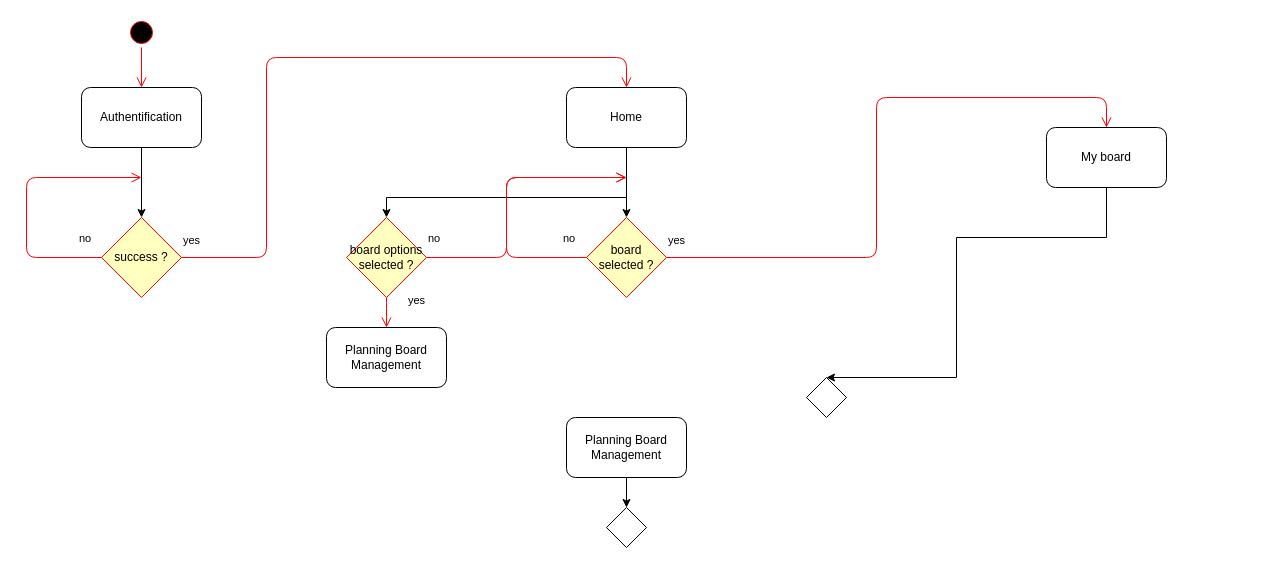
The draw.io diagram Diagrams/Flow Diagram.drawio in RedaPengam/Boardy, before the edit. Source tidied: cells renumbered, new cells numbered last; positions are measured from the earlier drawing's top-left corner, leaving out a move shared by most shapes. Both pictures are drawn from the tidied source at 100%, with x=0, y=0 at pixel (26, 17).
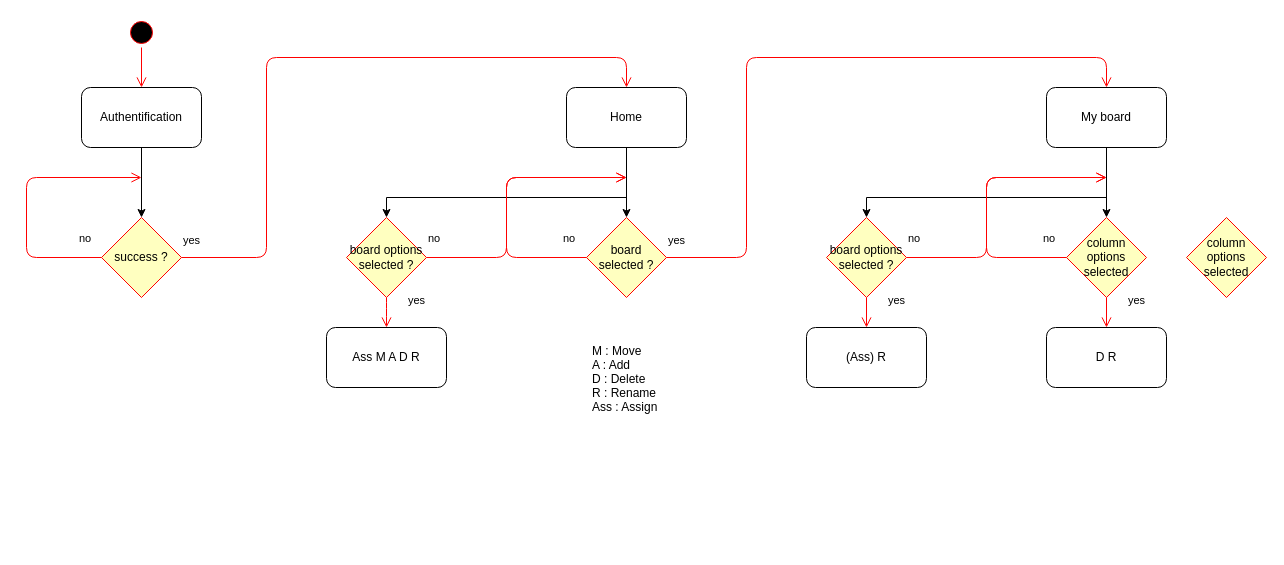
The same diagram, later.

Unchanged cells that the change refers to:
```xml
<mxCell id="18" value="board selected ?" style="rhombus;whiteSpace=wrap;html=1;fillColor=#ffffc0;strokeColor=#ff0000;" parent="1" vertex="1">
  <mxGeometry x="560" y="200" width="80" height="80" as="geometry" />
</mxCell>
```

Change to the diagram source:
```diff
@@
-    <mxCell id="9" style="rhombus;whiteSpace=wrap;html=1;" parent="1" vertex="1">
-      <mxGeometry x="580" y="490" width="40" height="40" as="geometry" />
-    </mxCell>
-    <mxCell id="10" style="edgeStyle=orthogonalEdgeStyle;rounded=0;jettySize=auto;html=1;exitX=0.5;exitY=1;exitDx=0;exitDy=0;entryX=0.5;entryY=0;entryDx=0;entryDy=0;" parent="1" edge="1" source="14" target="9">
-      <mxGeometry relative="1" as="geometry" />
-    </mxCell>
-    <mxCell id="11" style="rhombus;whiteSpace=wrap;html=1;" parent="1" vertex="1">
-      <mxGeometry x="780" y="360" width="40" height="40" as="geometry" />
-    </mxCell>
@@
-    <mxCell id="14" value="Planning Board Management" style="rounded=1;whiteSpace=wrap;html=1;" parent="1" vertex="1">
-      <mxGeometry x="540" y="400" width="120" height="60" as="geometry" />
-    </mxCell>
-    <mxCell id="15" style="edgeStyle=orthogonalEdgeStyle;rounded=0;jettySize=auto;html=1;exitX=0.5;exitY=1;exitDx=0;exitDy=0;entryX=0.5;entryY=0;entryDx=0;entryDy=0;" parent="1" edge="1" source="16" target="11">
-      <mxGeometry relative="1" as="geometry">
-        <Array as="points">
-          <mxPoint x="1080" y="220" />
-          <mxPoint x="930" y="220" />
-          <mxPoint x="930" y="360" />
-        </Array>
-      </mxGeometry>
-    </mxCell>
+    <mxCell id="25" style="edgeStyle=orthogonalEdgeStyle;rounded=0;jettySize=auto;html=1;exitX=0.5;exitY=1;exitDx=0;exitDy=0;entryX=0.5;entryY=0;entryDx=0;entryDy=0;" parent="1" edge="1" source="16" target="27">
+      <mxGeometry relative="1" as="geometry" />
+    </mxCell>
+    <mxCell id="26" style="edgeStyle=orthogonalEdgeStyle;rounded=0;jettySize=auto;html=1;exitX=0.5;exitY=1;exitDx=0;exitDy=0;entryX=0.5;entryY=0;entryDx=0;entryDy=0;" parent="1" edge="1" source="16" target="28">
+      <mxGeometry relative="1" as="geometry">
+        <Array as="points">
+          <mxPoint x="1080" y="180" />
+          <mxPoint x="840" y="180" />
+        </Array>
+      </mxGeometry>
+    </mxCell>
     <mxCell id="16" value="My board" style="rounded=1;whiteSpace=wrap;html=1;" parent="1" vertex="1">
-      <mxGeometry x="1020" y="110" width="120" height="60" as="geometry" />
+      <mxGeometry x="1020" y="70" width="120" height="60" as="geometry" />
     </mxCell>
-    <mxCell id="17" value="Planning Board Management" style="rounded=1;whiteSpace=wrap;html=1;" parent="1" vertex="1">
+    <mxCell id="17" value="Ass M A D R" style="rounded=1;whiteSpace=wrap;html=1;" parent="1" vertex="1">
       <mxGeometry x="300" y="310" width="120" height="60" as="geometry" />
     </mxCell>
@@
     <mxCell id="19" value="yes" style="edgeStyle=orthogonalEdgeStyle;html=1;align=left;verticalAlign=top;endArrow=open;endSize=8;strokeColor=#ff0000;exitX=1;exitY=0.5;exitDx=0;exitDy=0;entryX=0.5;entryY=0;entryDx=0;entryDy=0;" parent="1" edge="1" source="18" target="16">
       <mxGeometry x="-1" y="30" relative="1" as="geometry">
         <Array as="points">
-          <mxPoint x="850" y="240" />
-          <mxPoint x="850" y="80" />
-          <mxPoint x="1080" y="80" />
+          <mxPoint x="720" y="240" />
+          <mxPoint x="720" y="40" />
+          <mxPoint x="1080" y="40" />
         </Array>
       </mxGeometry>
     </mxCell>
@@
+    <mxCell id="27" value="column options selected" style="rhombus;whiteSpace=wrap;html=1;fillColor=#ffffc0;strokeColor=#ff0000;" parent="1" vertex="1">
+      <mxGeometry x="1040" y="200" width="80" height="80" as="geometry" />
+    </mxCell>
+    <mxCell id="28" value="board options selected ?" style="rhombus;whiteSpace=wrap;html=1;fillColor=#ffffc0;strokeColor=#ff0000;" parent="1" vertex="1">
+      <mxGeometry x="800" y="200" width="80" height="80" as="geometry" />
+    </mxCell>
+    <mxCell id="29" value="yes" style="edgeStyle=orthogonalEdgeStyle;html=1;align=left;verticalAlign=top;endArrow=open;endSize=8;strokeColor=#ff0000;exitX=0.5;exitY=1;exitDx=0;exitDy=0;entryX=0.5;entryY=0;entryDx=0;entryDy=0;" parent="1" edge="1" source="28" target="30">
+      <mxGeometry x="-1" y="22" relative="1" as="geometry">
+        <mxPoint x="-2" y="-10" as="offset" />
+      </mxGeometry>
+    </mxCell>
+    <mxCell id="30" value="(Ass) R" style="rounded=1;whiteSpace=wrap;html=1;" parent="1" vertex="1">
+      <mxGeometry x="780" y="310" width="120" height="60" as="geometry" />
+    </mxCell>
+    <mxCell id="31" value="M : Move&#10;A : Add&#10;D : Delete&#10;R : Rename&#10;Ass : Assign&#10;&#10;&#10;" style="text;strokeColor=none;fillColor=none;align=left;verticalAlign=top;spacingLeft=4;spacingRight=4;overflow=hidden;" parent="1" vertex="1">
+      <mxGeometry x="560" y="320" width="120" height="200" as="geometry" />
+    </mxCell>
+    <mxCell id="32" value="D R" style="rounded=1;whiteSpace=wrap;html=1;" parent="1" vertex="1">
+      <mxGeometry x="1020" y="310" width="120" height="60" as="geometry" />
+    </mxCell>
+    <mxCell id="33" value="yes" style="edgeStyle=orthogonalEdgeStyle;html=1;align=left;verticalAlign=top;endArrow=open;endSize=8;strokeColor=#ff0000;exitX=0.5;exitY=1;exitDx=0;exitDy=0;entryX=0.5;entryY=0;entryDx=0;entryDy=0;" parent="1" edge="1" source="27" target="32">
+      <mxGeometry x="-1" y="22" relative="1" as="geometry">
+        <mxPoint x="-2" y="-10" as="offset" />
+      </mxGeometry>
+    </mxCell>
+    <mxCell id="34" value="no" style="edgeStyle=orthogonalEdgeStyle;html=1;align=left;verticalAlign=bottom;endArrow=open;endSize=8;strokeColor=#ff0000;exitX=1;exitY=0.5;exitDx=0;exitDy=0;" parent="1" edge="1" source="28">
+      <mxGeometry x="-1" y="10" relative="1" as="geometry">
+        <mxPoint x="1080" y="160" as="targetPoint" />
+        <Array as="points">
+          <mxPoint x="960" y="240" />
+          <mxPoint x="960" y="160" />
+        </Array>
+      </mxGeometry>
+    </mxCell>
+    <mxCell id="35" value="no" style="edgeStyle=orthogonalEdgeStyle;html=1;align=left;verticalAlign=bottom;endArrow=open;endSize=8;strokeColor=#ff0000;exitX=0;exitY=0.5;exitDx=0;exitDy=0;" parent="1" edge="1" source="27">
+      <mxGeometry x="-0.82" y="-10" relative="1" as="geometry">
+        <mxPoint x="1080" y="160" as="targetPoint" />
+        <Array as="points">
+          <mxPoint x="960" y="240" />
+          <mxPoint x="960" y="160" />
+        </Array>
+      </mxGeometry>
+    </mxCell>
+    <mxCell id="36" value="column options selected" style="rhombus;whiteSpace=wrap;html=1;fillColor=#ffffc0;strokeColor=#ff0000;" parent="1" vertex="1">
+      <mxGeometry x="1160" y="200" width="80" height="80" as="geometry" />
+    </mxCell>
```
